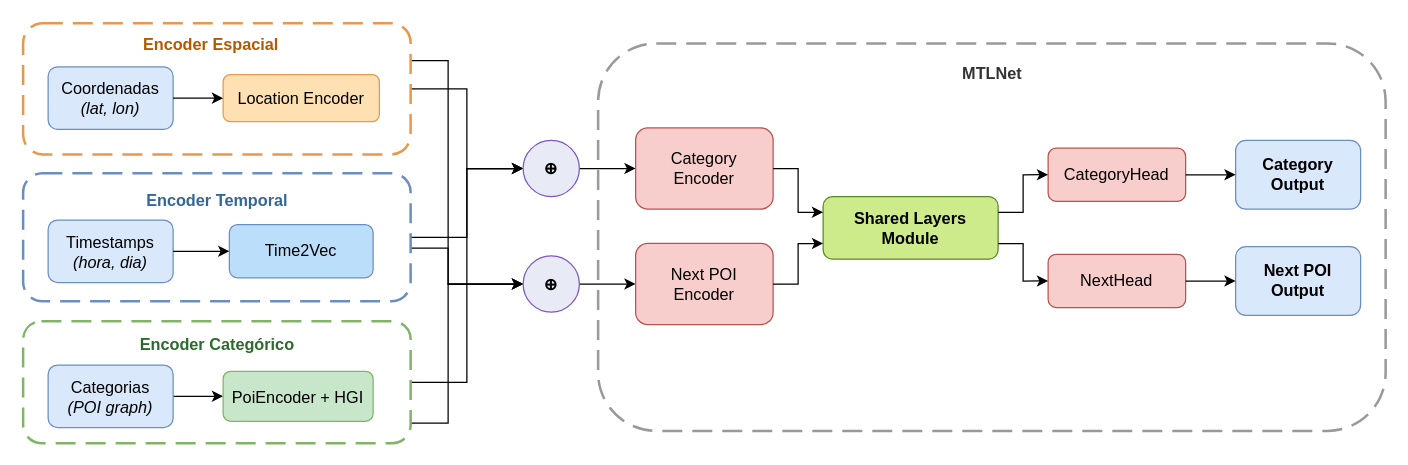
Above: articles/dissertacao/src/figures/courb/arquitetura_modelo.drawio in VitorHugoOli/PoiMtlNet (draw.io), before the change. Source tidied: cells renumbered, new cells numbered last; positions are measured from the earlier drawing's top-left corner, leaving out a move shared by most shapes. Both pictures are drawn from the tidied source at 125%, with x=0, y=0 at pixel (22, 22).
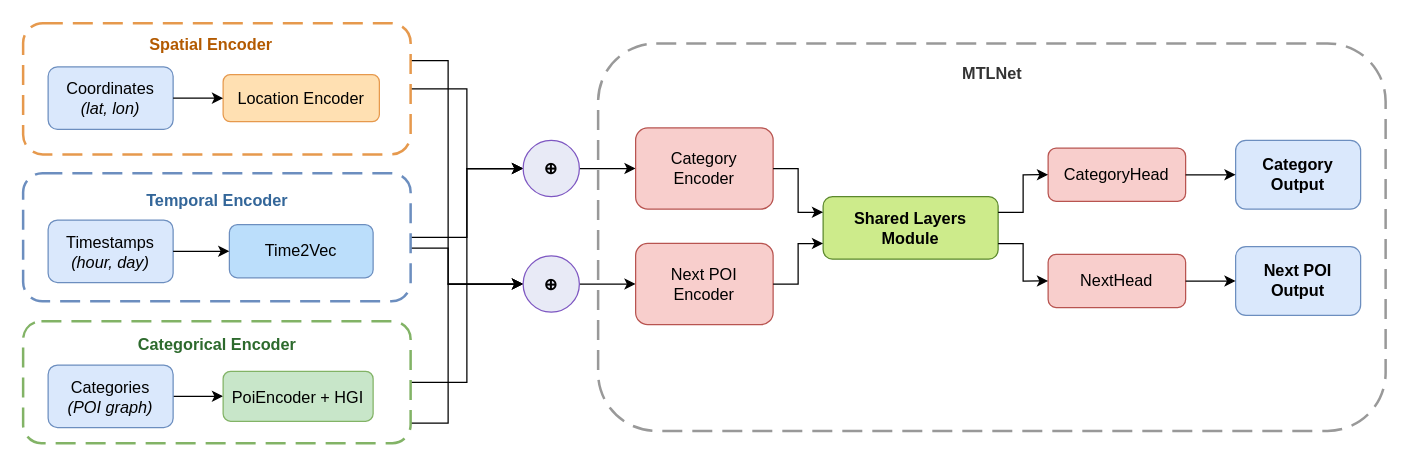
After the change.

Commit message (it also covers changes not shown here):
fix(figures): six Portuguese labels inside an English document, and two Ch.5 diagrams at 58% of body

Diff of the diagram source:
```diff
@@
-    <mxCell id="5" value="&lt;b&gt;Encoder Espacial&lt;/b&gt;" style="text;html=1;align=center;verticalAlign=middle;strokeColor=none;fillColor=none;fontSize=13;fontColor=#B35A00;" parent="1" vertex="1">
+    <mxCell id="5" value="&lt;b&gt;Spatial Encoder&lt;/b&gt;" style="text;html=1;align=center;verticalAlign=middle;strokeColor=none;fillColor=none;fontSize=13;fontColor=#B35A00;" parent="1" vertex="1">
       <mxGeometry x="85" y="2" width="130" height="30" as="geometry" />
     </mxCell>
-    <mxCell id="6" value="Coordenadas&lt;br&gt;&lt;i&gt;(lat, lon)&lt;/i&gt;" style="rounded=1;whiteSpace=wrap;html=1;fillColor=#DAE8FC;strokeColor=#6C8EBF;fontSize=13;" parent="1" vertex="1">
+    <mxCell id="6" value="Coordinates&lt;br&gt;&lt;i&gt;(lat, lon)&lt;/i&gt;" style="rounded=1;whiteSpace=wrap;html=1;fillColor=#DAE8FC;strokeColor=#6C8EBF;fontSize=13;" parent="1" vertex="1">
       <mxGeometry x="20" y="35" width="100" height="50" as="geometry" />
     </mxCell>
@@
-    <mxCell id="12" value="&lt;b&gt;Encoder Temporal&lt;/b&gt;" style="text;html=1;align=center;verticalAlign=middle;strokeColor=none;fillColor=none;fontSize=13;fontColor=#336699;" parent="1" vertex="1">
+    <mxCell id="12" value="&lt;b&gt;Temporal Encoder&lt;/b&gt;" style="text;html=1;align=center;verticalAlign=middle;strokeColor=none;fillColor=none;fontSize=13;fontColor=#336699;" parent="1" vertex="1">
       <mxGeometry x="85" y="126.5" width="140" height="30" as="geometry" />
     </mxCell>
-    <mxCell id="13" value="Timestamps&lt;br&gt;&lt;i&gt;(hora, dia)&lt;/i&gt;" style="rounded=1;whiteSpace=wrap;html=1;fillColor=#DAE8FC;strokeColor=#6C8EBF;fontSize=13;" parent="1" vertex="1">
+    <mxCell id="13" value="Timestamps&lt;br&gt;&lt;i&gt;(hour, day)&lt;/i&gt;" style="rounded=1;whiteSpace=wrap;html=1;fillColor=#DAE8FC;strokeColor=#6C8EBF;fontSize=13;" parent="1" vertex="1">
       <mxGeometry x="20" y="157.5" width="100" height="50" as="geometry" />
     </mxCell>
@@
-    <mxCell id="19" value="&lt;b&gt;Encoder Categórico&lt;/b&gt;" style="text;html=1;align=center;verticalAlign=middle;strokeColor=none;fillColor=none;fontSize=13;fontColor=#2D6A2D;" parent="1" vertex="1">
+    <mxCell id="19" value="&lt;b&gt;Categorical Encoder&lt;/b&gt;" style="text;html=1;align=center;verticalAlign=middle;strokeColor=none;fillColor=none;fontSize=13;fontColor=#2D6A2D;" parent="1" vertex="1">
       <mxGeometry x="80" y="241.5" width="150" height="30" as="geometry" />
     </mxCell>
@@
-    <mxCell id="21" value="Categorias&lt;br&gt;&lt;i&gt;(POI graph)&lt;/i&gt;" style="rounded=1;whiteSpace=wrap;html=1;fillColor=#DAE8FC;strokeColor=#6C8EBF;fontSize=13;" parent="1" vertex="1">
+    <mxCell id="21" value="Categories&lt;br&gt;&lt;i&gt;(POI graph)&lt;/i&gt;" style="rounded=1;whiteSpace=wrap;html=1;fillColor=#DAE8FC;strokeColor=#6C8EBF;fontSize=13;" parent="1" vertex="1">
       <mxGeometry x="20" y="273.5" width="100" height="50" as="geometry" />
     </mxCell>
```
